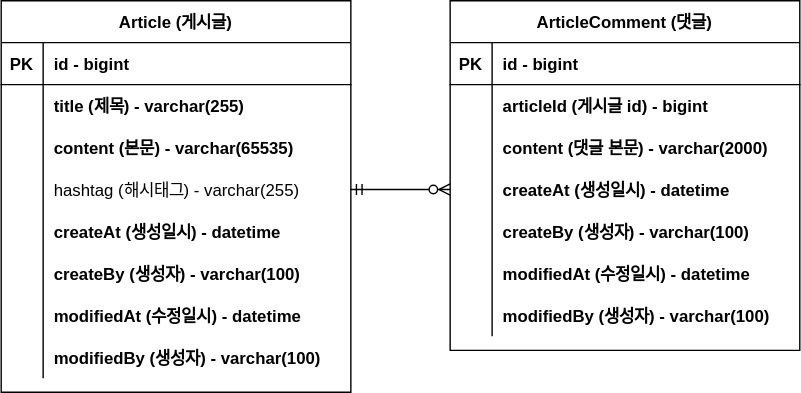
Above: documents/project-board-erd.svg in JIHYEON-PF/fc_project-board (draw.io), before the change. Source tidied: cells renumbered, new cells last; positions are measured from the earlier drawing's top-left corner, leaving out a move shared by most shapes.
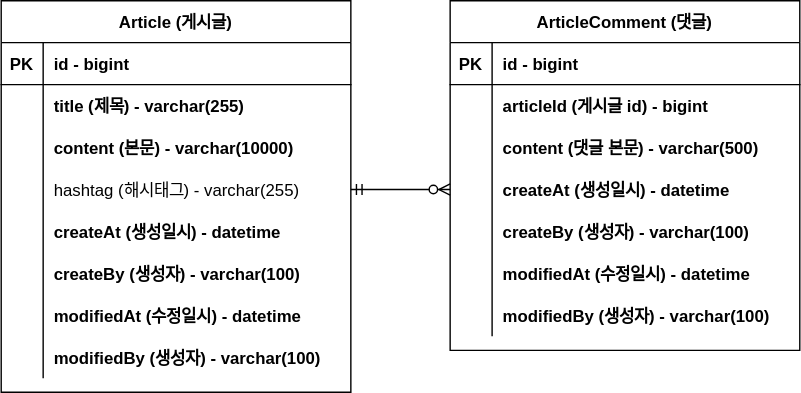
Later version of the same file.

Commit message:
#10 - ERD 업데이트(content 사이즈 변경)

Diff of the diagram source:
```diff
@@ -29,7 +29,7 @@
     <mxCell id="10" style="shape=partialRectangle;overflow=hidden;fillColor=none;top=0;left=0;bottom=0;right=0;" parent="9" vertex="1">
       <mxGeometry width="30" height="30" as="geometry" />
     </mxCell>
-    <mxCell id="11" value="content (본문) - varchar(65535)" style="shape=partialRectangle;overflow=hidden;fillColor=none;top=0;left=0;bottom=0;right=0;align=left;spacingLeft=6;fontStyle=1;" parent="9" vertex="1">
+    <mxCell id="11" value="content (본문) - varchar(10000)" style="shape=partialRectangle;overflow=hidden;fillColor=none;top=0;left=0;bottom=0;right=0;align=left;spacingLeft=6;fontStyle=1;" parent="9" vertex="1">
       <mxGeometry x="30" width="220" height="30" as="geometry" />
     </mxCell>
     <mxCell id="12" style="shape=partialRectangle;fillColor=none;points=[[0,0.5],[1,0.5]];portConstraint=eastwest;top=0;left=0;right=0;bottom=0;" parent="2" vertex="1">
@@ -104,7 +104,7 @@
     <mxCell id="35" style="shape=partialRectangle;overflow=hidden;fillColor=none;top=0;left=0;bottom=0;right=0;" parent="34" vertex="1">
       <mxGeometry width="30" height="30" as="geometry" />
     </mxCell>
-    <mxCell id="36" value="content (댓글 본문) - varchar(2000)" style="shape=partialRectangle;overflow=hidden;fillColor=none;top=0;left=0;bottom=0;right=0;align=left;spacingLeft=6;fontStyle=1;" parent="34" vertex="1">
+    <mxCell id="36" value="content (댓글 본문) - varchar(500)" style="shape=partialRectangle;overflow=hidden;fillColor=none;top=0;left=0;bottom=0;right=0;align=left;spacingLeft=6;fontStyle=1;" parent="34" vertex="1">
       <mxGeometry x="30" width="220" height="30" as="geometry" />
     </mxCell>
     <mxCell id="37" style="shape=partialRectangle;fillColor=none;points=[[0,0.5],[1,0.5]];portConstraint=eastwest;top=0;left=0;right=0;bottom=0;" parent="27" vertex="1">
```
